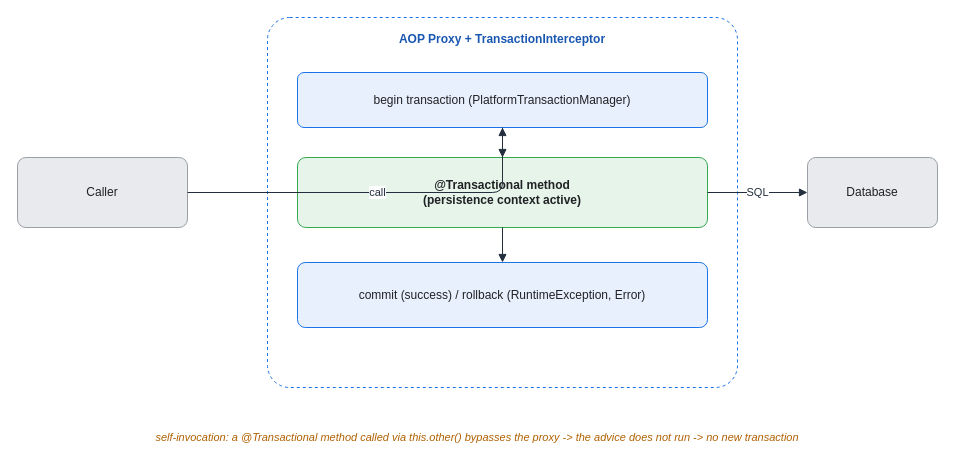
This is assets/img/spring/spring-17-transactional-proxy.drawio from KKamJi98/kkamji98.github.io, a draw.io file, before an edit. Source tidied: cells renumbered, new cells numbered last; positions are measured from the earlier drawing's top-left corner, leaving out a move shared by most shapes. Both pictures are drawn from the tidied source at 100%, with x=0, y=0 at pixel (17, 17).
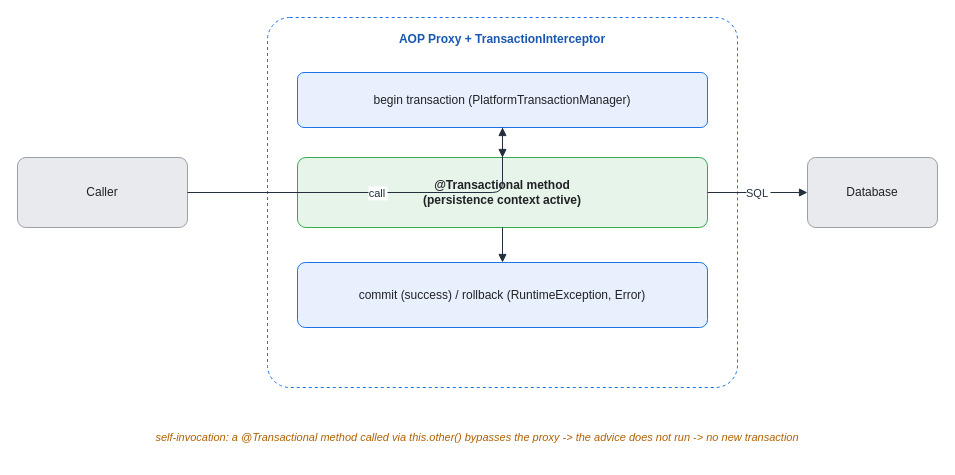
The same diagram, later.

The edit, as a diff of the source:
```diff
@@
 <mxGraphModel background="#FFFFFF">
   <root>
     <mxCell id="0" />
     <mxCell id="1" parent="0" />
     <mxCell id="2" value="Caller" style="rounded=1;whiteSpace=wrap;html=1;arcSize=12;shadow=0;fillColor=#E8EAED;strokeColor=#9AA0A6;fontColor=#202124;" parent="1" vertex="1">
       <mxGeometry y="140" width="170" height="70" as="geometry" />
     </mxCell>
     <mxCell id="3" value="AOP Proxy + TransactionInterceptor" style="rounded=1;whiteSpace=wrap;html=1;arcSize=6;shadow=0;fillColor=#FFFFFF;strokeColor=#1A73E8;fontColor=#1A57B0;fontStyle=1;verticalAlign=top;align=center;dashed=1;spacingTop=8;" parent="1" vertex="1">
       <mxGeometry x="250" width="470" height="370" as="geometry" />
     </mxCell>
     <mxCell id="4" value="begin transaction (PlatformTransactionManager)" style="rounded=1;whiteSpace=wrap;html=1;arcSize=12;shadow=0;fillColor=#E8F0FE;strokeColor=#1A73E8;fontColor=#202124;" parent="1" vertex="1">
       <mxGeometry x="280" y="55" width="410" height="55" as="geometry" />
     </mxCell>
     <mxCell id="5" value="@Transactional method&#10;(persistence context active)" style="rounded=1;whiteSpace=wrap;html=1;arcSize=12;shadow=0;fillColor=#E6F4EA;strokeColor=#34A853;fontColor=#202124;fontStyle=1;" parent="1" vertex="1">
       <mxGeometry x="280" y="140" width="410" height="70" as="geometry" />
     </mxCell>
     <mxCell id="6" value="commit (success)  /  rollback (RuntimeException, Error)" style="rounded=1;whiteSpace=wrap;html=1;arcSize=12;shadow=0;fillColor=#E8F0FE;strokeColor=#1A73E8;fontColor=#202124;" parent="1" vertex="1">
       <mxGeometry x="280" y="245" width="410" height="65" as="geometry" />
     </mxCell>
     <mxCell id="7" value="Database" style="rounded=1;whiteSpace=wrap;html=1;arcSize=12;shadow=0;fillColor=#E8EAED;strokeColor=#9AA0A6;fontColor=#202124;" parent="1" vertex="1">
       <mxGeometry x="790" y="140" width="130" height="70" as="geometry" />
     </mxCell>
     <mxCell id="8" value="self-invocation: a @Transactional method called via this.other() bypasses the proxy -&gt; the advice does not run -&gt; no new transaction" style="text;html=1;align=center;verticalAlign=middle;whiteSpace=wrap;fontSize=11;fontColor=#B06000;fontStyle=2;" parent="1" vertex="1">
       <mxGeometry x="10" y="400" width="900" height="40" as="geometry" />
     </mxCell>
-    <mxCell id="9" value="call" style="edgeStyle=orthogonalEdgeStyle;rounded=1;html=1;endArrow=block;strokeColor=#232F3E;fontColor=#232F3E;labelBackgroundColor=#FFFFFF;" parent="1" edge="1" source="2" target="4">
+    <mxCell id="9" value="call" style="edgeStyle=orthogonalEdgeStyle;rounded=1;html=0;endArrow=block;strokeColor=#232F3E;fontColor=#232F3E;labelBackgroundColor=#FFFFFF;" parent="1" edge="1" source="2" target="4">
       <mxGeometry relative="1" as="geometry" />
     </mxCell>
     <mxCell id="10" style="edgeStyle=orthogonalEdgeStyle;rounded=1;html=1;endArrow=block;strokeColor=#232F3E;" parent="1" edge="1" source="4" target="5">
       <mxGeometry relative="1" as="geometry" />
     </mxCell>
     <mxCell id="11" style="edgeStyle=orthogonalEdgeStyle;rounded=1;html=1;endArrow=block;strokeColor=#232F3E;" parent="1" edge="1" source="5" target="6">
       <mxGeometry relative="1" as="geometry" />
     </mxCell>
-    <mxCell id="12" value="SQL" style="edgeStyle=orthogonalEdgeStyle;rounded=1;html=1;endArrow=block;strokeColor=#232F3E;fontColor=#232F3E;labelBackgroundColor=#FFFFFF;" parent="1" edge="1" source="5" target="7">
+    <mxCell id="12" value="SQL" style="edgeStyle=orthogonalEdgeStyle;rounded=1;html=0;endArrow=block;strokeColor=#232F3E;fontColor=#232F3E;labelBackgroundColor=#FFFFFF;" parent="1" edge="1" source="5" target="7">
       <mxGeometry relative="1" as="geometry" />
     </mxCell>
   </root>
 </mxGraphModel>
```
